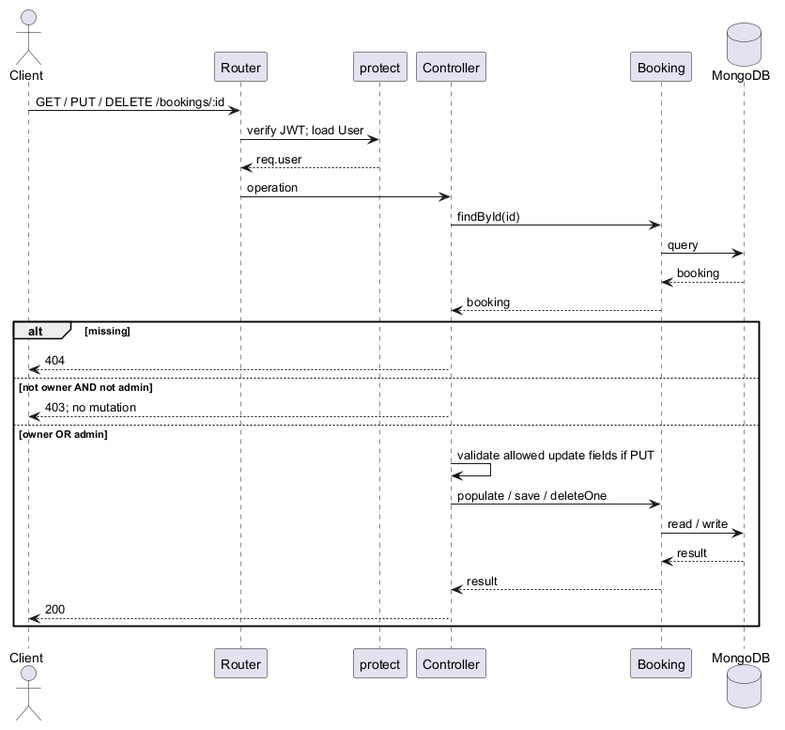
Above: docs/diagrams/authorization.png in Nesta1223/Nesta-JobFair (PlantUML), before the change. The source it was exported from:
```plantuml
@startuml
actor Client
participant Router
participant protect
participant Controller
participant Booking
database MongoDB
Client -> Router: GET / PUT / DELETE /bookings/:id
Router -> protect: verify JWT; load User
protect --> Router: req.user
Router -> Controller: operation
Controller -> Booking: findById(id)
Booking -> MongoDB: query
MongoDB --> Booking: booking
Booking --> Controller: booking
alt missing
Controller --> Client: 404
else not owner AND not admin
Controller --> Client: 403; no mutation
else owner OR admin
Controller -> Controller: validate allowed update fields if PUT
Controller -> Booking: populate / save / deleteOne
Booking -> MongoDB: read / write
MongoDB --> Booking: result
Booking --> Controller: result
Controller --> Client: 200
end
@enduml
```
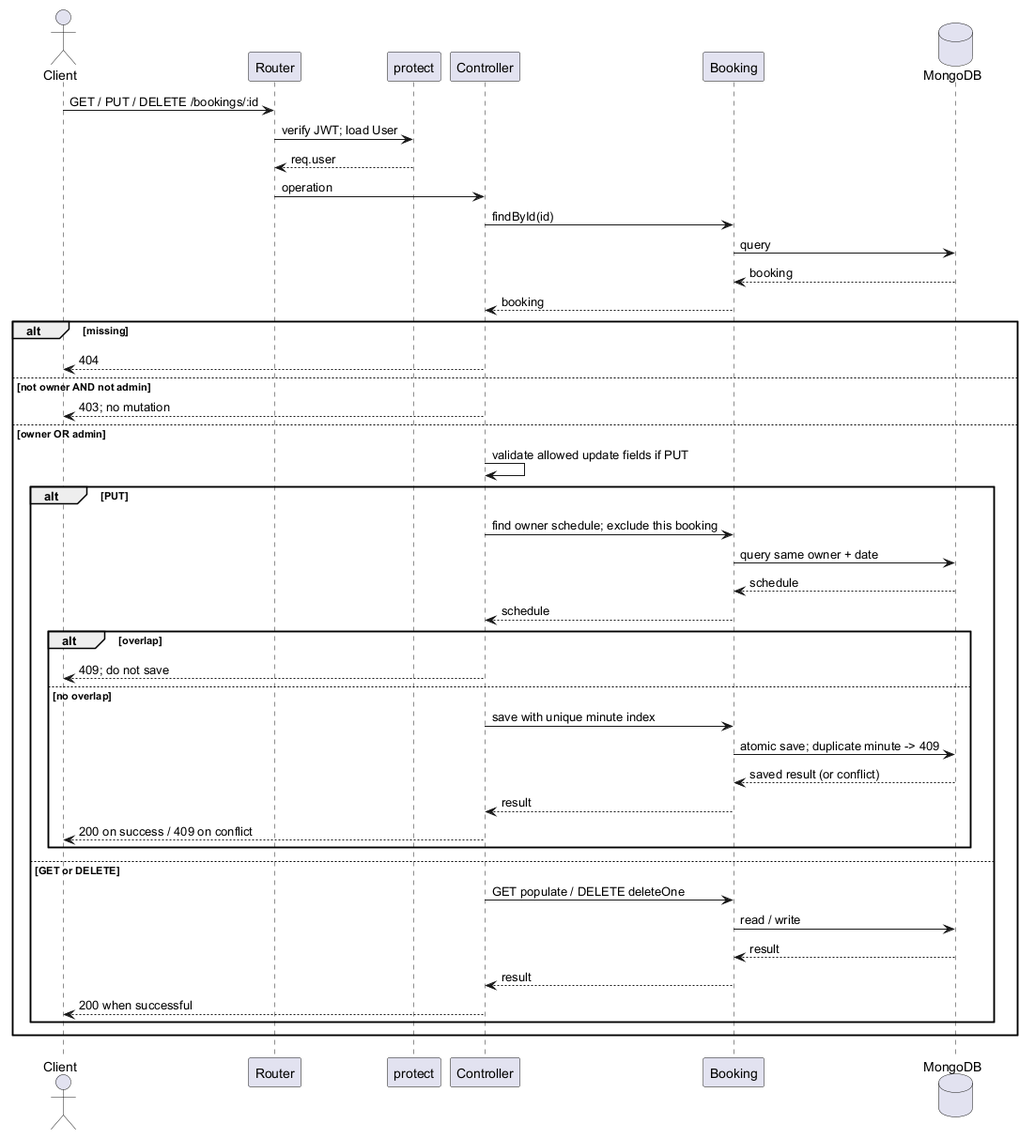
Later version of the same file.

The edit, as a diff of the source:
```diff
@@ -19,10 +19,26 @@
 Controller --> Client: 403; no mutation
 else owner OR admin
 Controller -> Controller: validate allowed update fields if PUT
-Controller -> Booking: populate / save / deleteOne
+alt PUT
+Controller -> Booking: find owner schedule; exclude this booking
+Booking -> MongoDB: query same owner + date
+MongoDB --> Booking: schedule
+Booking --> Controller: schedule
+alt overlap
+Controller --> Client: 409; do not save
+else no overlap
+Controller -> Booking: save with unique minute index
+Booking -> MongoDB: atomic save; duplicate minute -> 409
+MongoDB --> Booking: saved result (or conflict)
+Booking --> Controller: result
+Controller --> Client: 200 on success / 409 on conflict
+end
+else GET or DELETE
+Controller -> Booking: GET populate / DELETE deleteOne
 Booking -> MongoDB: read / write
 MongoDB --> Booking: result
 Booking --> Controller: result
-Controller --> Client: 200
+Controller --> Client: 200 when successful
+end
 end
 @enduml
```
